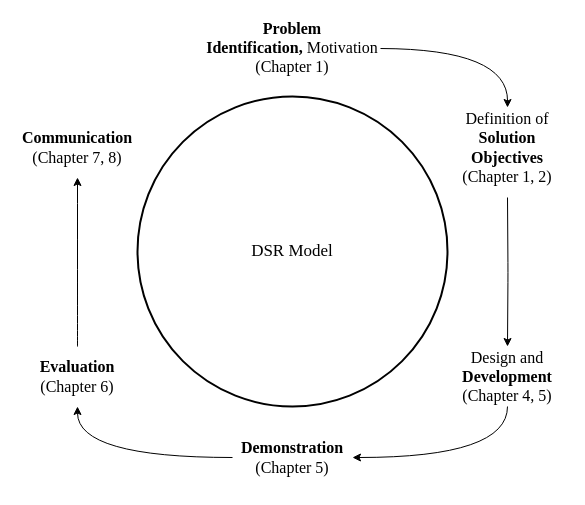
Earlier version of the draw.io diagram figures/dsr.drawio (fishingpvalues/masterthesis). Source tidied: cells renumbered, new cells numbered last; positions are measured from the earlier drawing's top-left corner, leaving out a move shared by most shapes. Both pictures are drawn from the tidied source at 100%, with x=0, y=0 at pixel (17, 17).
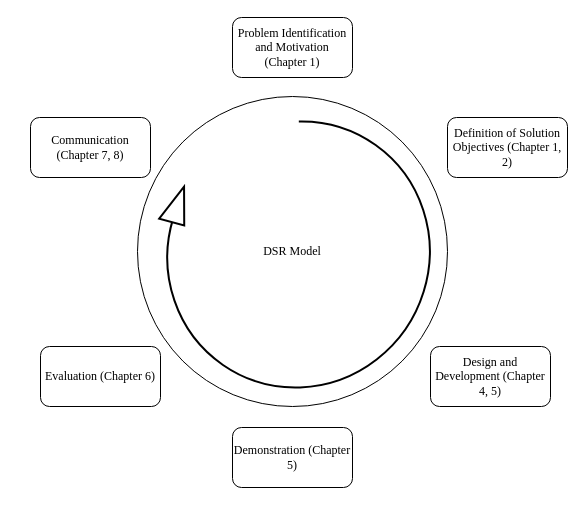
The same diagram, later.

The edit, as a diff of the source:
```diff
@@
 <mxGraphModel>
   <root>
     <mxCell id="0" />
     <mxCell id="1" parent="0" />
-    <mxCell id="2" value="DSR Model" style="ellipse;whiteSpace=wrap;html=1;fontFamily=Times New Roman;fontSize=17;strokeWidth=2;" parent="1" vertex="1">
+    <mxCell id="2" value="DSR Model" style="ellipse;whiteSpace=wrap;html=1;fontFamily=Times New Roman;" parent="1" vertex="1">
       <mxGeometry x="120" y="79" width="310" height="310" as="geometry" />
     </mxCell>
-    <mxCell id="3" style="edgeStyle=orthogonalEdgeStyle;rounded=0;orthogonalLoop=1;jettySize=auto;html=1;strokeColor=default;curved=1;strokeWidth=1;" parent="1" edge="1">
-      <mxGeometry relative="1" as="geometry">
-        <mxPoint x="363" y="31" as="sourcePoint" />
-        <mxPoint x="490" y="90" as="targetPoint" />
-      </mxGeometry>
-    </mxCell>
-    <mxCell id="4" value="&lt;b&gt;Problem Identification,&amp;nbsp;&lt;/b&gt;Motivation (Chapter 1)" style="rounded=1;whiteSpace=wrap;html=1;fontFamily=Times New Roman;fillColor=#eeeeee;strokeColor=#36393d;fontSize=16;strokeWidth=1;verticalAlign=middle;horizontal=1;opacity=0;" parent="1" vertex="1">
+    <mxCell id="4" value="Problem Identification and Motivation (Chapter 1)" style="rounded=1;whiteSpace=wrap;html=1;fontFamily=Times New Roman;" parent="1" vertex="1">
       <mxGeometry x="215" width="120" height="60" as="geometry" />
     </mxCell>
-    <mxCell id="5" style="edgeStyle=orthogonalEdgeStyle;rounded=1;jettySize=auto;html=1;entryX=0.5;entryY=0;entryDx=0;entryDy=0;curved=0;strokeWidth=1;" parent="1" edge="1" target="8">
-      <mxGeometry relative="1" as="geometry">
-        <mxPoint x="490" y="180" as="sourcePoint" />
-      </mxGeometry>
-    </mxCell>
-    <mxCell id="6" value="Definition of &lt;b&gt;Solution Objectives&lt;/b&gt; (Chapter 1, 2)" style="rounded=1;whiteSpace=wrap;html=1;fontFamily=Times New Roman;fillColor=#eeeeee;strokeColor=#36393d;fontSize=16;strokeWidth=1;verticalAlign=middle;horizontal=1;opacity=0;" parent="1" vertex="1">
+    <mxCell id="6" value="Definition of Solution Objectives (Chapter 1, 2)" style="rounded=1;whiteSpace=wrap;html=1;fontFamily=Times New Roman;" parent="1" vertex="1">
       <mxGeometry x="430" y="100" width="120" height="60" as="geometry" />
     </mxCell>
-    <mxCell id="7" style="edgeStyle=orthogonalEdgeStyle;rounded=0;jettySize=auto;html=1;entryX=1;entryY=0.5;entryDx=0;entryDy=0;curved=1;exitX=0.5;exitY=1;exitDx=0;exitDy=0;strokeWidth=1;" parent="1" edge="1" source="8" target="10">
-      <mxGeometry relative="1" as="geometry" />
-    </mxCell>
-    <mxCell id="8" value="Design and &lt;b&gt;Development &lt;/b&gt;(Chapter 4, 5)" style="rounded=1;whiteSpace=wrap;html=1;fontFamily=Times New Roman;fillColor=#eeeeee;strokeColor=#36393d;fontSize=16;strokeWidth=1;verticalAlign=middle;horizontal=1;opacity=0;" parent="1" vertex="1">
-      <mxGeometry x="430" y="329" width="120" height="60" as="geometry" />
+    <mxCell id="8" value="Design and Development (Chapter 4, 5)" style="rounded=1;whiteSpace=wrap;html=1;fontFamily=Times New Roman;" parent="1" vertex="1">
+      <mxGeometry x="413" y="329" width="120" height="60" as="geometry" />
     </mxCell>
-    <mxCell id="9" style="edgeStyle=orthogonalEdgeStyle;rounded=0;jettySize=auto;html=1;entryX=0.5;entryY=1;entryDx=0;entryDy=0;curved=1;strokeWidth=1;" parent="1" edge="1" source="10" target="12">
-      <mxGeometry relative="1" as="geometry" />
-    </mxCell>
-    <mxCell id="10" value="&lt;b&gt;Demonstration &lt;/b&gt;(Chapter 5)" style="rounded=1;whiteSpace=wrap;html=1;fontFamily=Times New Roman;fillColor=#eeeeee;strokeColor=#36393d;fontSize=16;strokeWidth=1;verticalAlign=middle;horizontal=1;opacity=0;" parent="1" vertex="1">
+    <mxCell id="10" value="Demonstration (Chapter 5)" style="rounded=1;whiteSpace=wrap;html=1;fontFamily=Times New Roman;" parent="1" vertex="1">
       <mxGeometry x="215" y="410" width="120" height="60" as="geometry" />
     </mxCell>
-    <mxCell id="11" style="edgeStyle=orthogonalEdgeStyle;rounded=0;jettySize=auto;html=1;entryX=0.5;entryY=1;entryDx=0;entryDy=0;curved=1;strokeWidth=1;" parent="1" edge="1" source="12" target="13">
-      <mxGeometry relative="1" as="geometry" />
-    </mxCell>
-    <mxCell id="12" value="&lt;b&gt;Evaluation &lt;/b&gt;(Chapter 6)" style="rounded=1;whiteSpace=wrap;html=1;fontFamily=Times New Roman;fillColor=#eeeeee;strokeColor=#36393d;fontSize=16;strokeWidth=1;verticalAlign=middle;horizontal=1;glass=0;opacity=0;" parent="1" vertex="1">
-      <mxGeometry y="329" width="120" height="60" as="geometry" />
+    <mxCell id="12" value="Evaluation (Chapter 6)" style="rounded=1;whiteSpace=wrap;html=1;fontFamily=Times New Roman;" parent="1" vertex="1">
+      <mxGeometry x="23" y="329" width="120" height="60" as="geometry" />
     </mxCell>
-    <mxCell id="13" value="&lt;b&gt;Communication &lt;/b&gt;(Chapter 7, 8)" style="rounded=1;whiteSpace=wrap;html=1;fontFamily=Times New Roman;fillColor=#eeeeee;strokeColor=#36393d;fontSize=16;strokeWidth=1;verticalAlign=middle;horizontal=1;opacity=0;" parent="1" vertex="1">
-      <mxGeometry y="100" width="120" height="60" as="geometry" />
+    <mxCell id="13" value="Communication (Chapter 7, 8)" style="rounded=1;whiteSpace=wrap;html=1;fontFamily=Times New Roman;" parent="1" vertex="1">
+      <mxGeometry x="13" y="100" width="120" height="60" as="geometry" />
     </mxCell>
+    <mxCell id="14" style="verticalLabelPosition=bottom;html=1;verticalAlign=top;strokeWidth=2;shape=mxgraph.lean_mapping.physical_pull;rotation=-150;flipV=1;fontFamily=Times New Roman;" parent="1" vertex="1">
+      <mxGeometry x="143" y="100" width="270" height="270" as="geometry" />
+    </mxCell>
   </root>
 </mxGraphModel>
```
